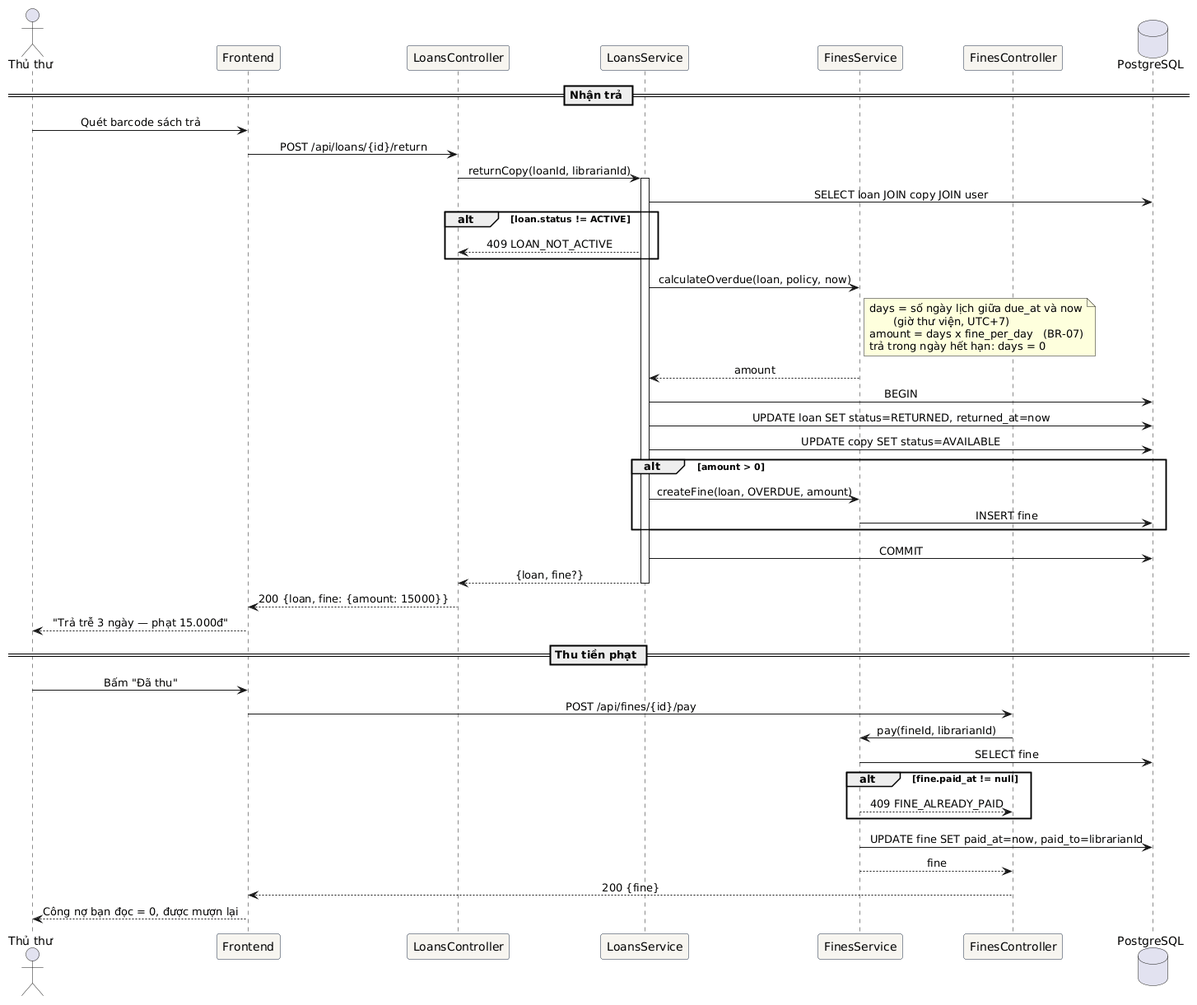
khoidev2001/university-library-system keeps this PlantUML diagram as docs/uml/sequence-return-fine.png. Above is the earlier version.
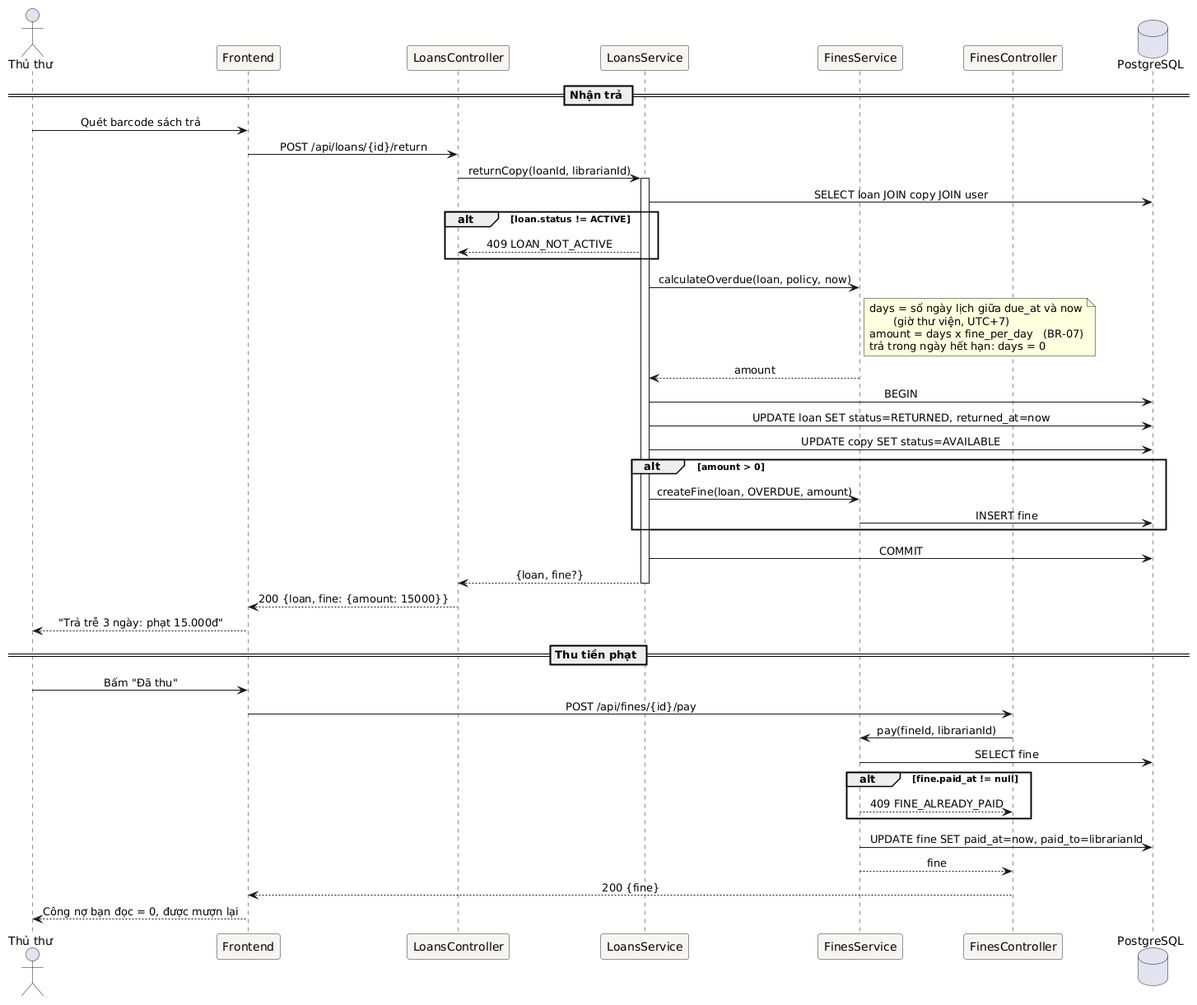
Later version of the same file.

The edit, as a diff of the source:
```diff
@@ -40,7 +40,7 @@
 S --> LC : {loan, fine?}
 deactivate S
 LC --> FE : 200 {loan, fine: {amount: 15000}}
-FE --> L : "Trả trễ 3 ngày — phạt 15.000đ"
+FE --> L : "Trả trễ 3 ngày: phạt 15.000đ"
 
 == Thu tiền phạt ==
 L -> FE : Bấm "Đã thu"
```
